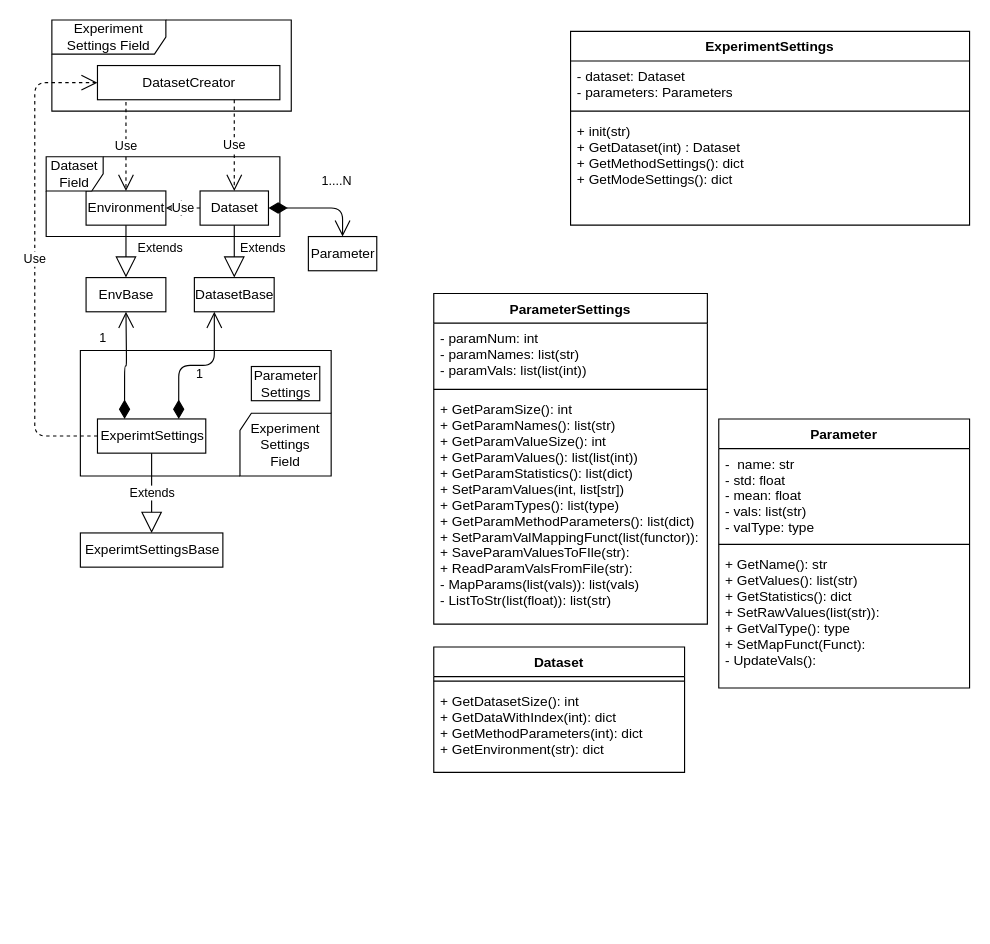
This is page "ExperimentSettingsNode" (2 of 4) of Documents/Uncertainix.drawio from gokhangg/Uncertainix, a draw.io file, before an edit. Source tidied: cells renumbered, new cells numbered last; positions are measured from the earlier drawing's top-left corner, leaving out a move shared by most shapes. Both pictures are drawn from the tidied source at 114%, with x=0, y=0 at pixel (34, 19).
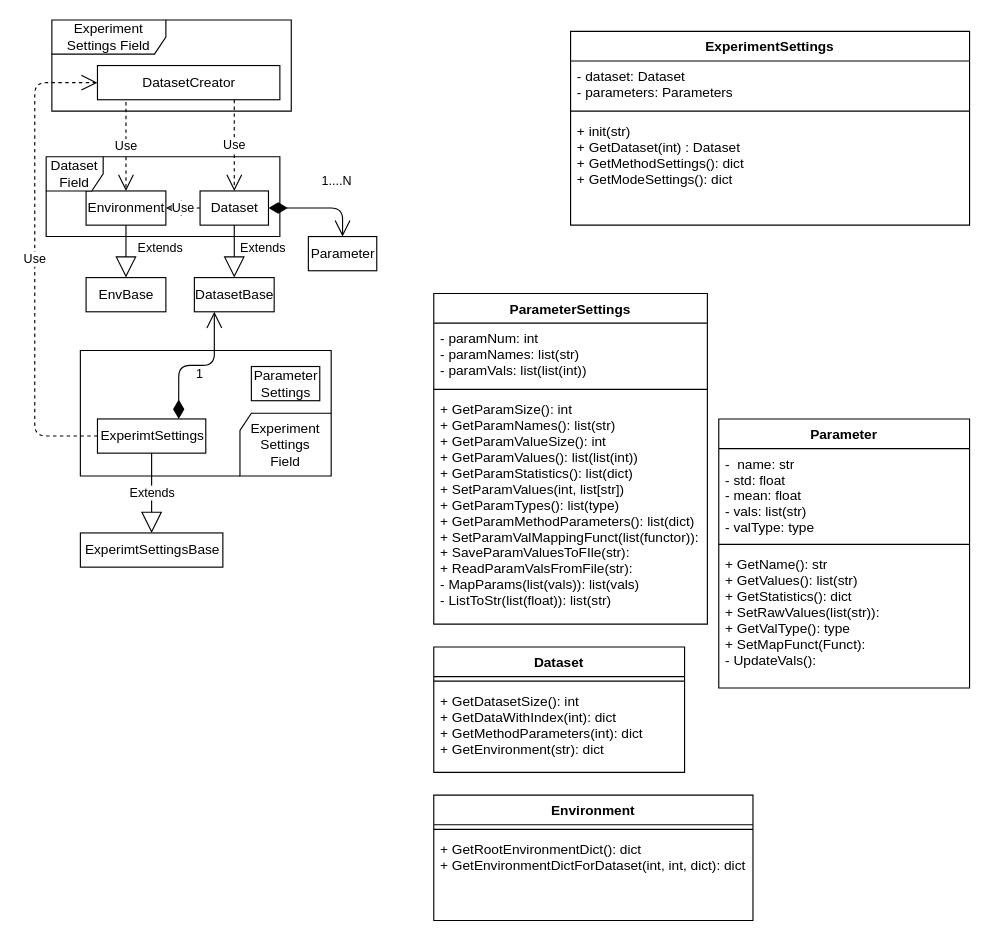
The same page after the edit.

The change refers to these unchanged cells:
```xml
<mxCell id="6" value="ExperimtSettings" style="html=1;" parent="1" vertex="1">
  <mxGeometry x="55" y="350" width="95" height="30" as="geometry" />
</mxCell>
```

What changed in the source:
```diff
@@
-    <mxCell id="5" value="1" style="endArrow=open;html=1;endSize=12;startArrow=diamondThin;startSize=14;startFill=1;edgeStyle=orthogonalEdgeStyle;align=left;verticalAlign=bottom;exitX=0.25;exitY=0;exitDx=0;exitDy=0;" parent="1" edge="1" source="6">
-      <mxGeometry x="0.33" y="25" relative="1" as="geometry">
-        <mxPoint x="80" y="256" as="targetPoint" />
-      </mxGeometry>
-    </mxCell>
@@
+    <mxCell id="39" value="Environment" style="swimlane;fontStyle=1;align=center;verticalAlign=top;horizontal=1;startSize=26;" parent="1" vertex="1">
+      <mxGeometry x="350" y="680" width="280" height="110" as="geometry" />
+    </mxCell>
+    <mxCell id="40" style="line;strokeWidth=1;fillColor=none;align=left;verticalAlign=middle;spacingTop=-1;spacingLeft=3;spacingRight=3;labelPosition=right;" parent="39" vertex="1">
+      <mxGeometry y="26" width="280" height="8" as="geometry" />
+    </mxCell>
+    <mxCell id="41" value="+ GetRootEnvironmentDict(): dict&#10;+ GetEnvironmentDictForDataset(int, int, dict): dict" style="text;strokeColor=none;fillColor=none;align=left;verticalAlign=top;spacingLeft=4;spacingRight=4;overflow=hidden;" parent="39" vertex="1">
+      <mxGeometry y="34" width="280" height="76" as="geometry" />
+    </mxCell>
```
